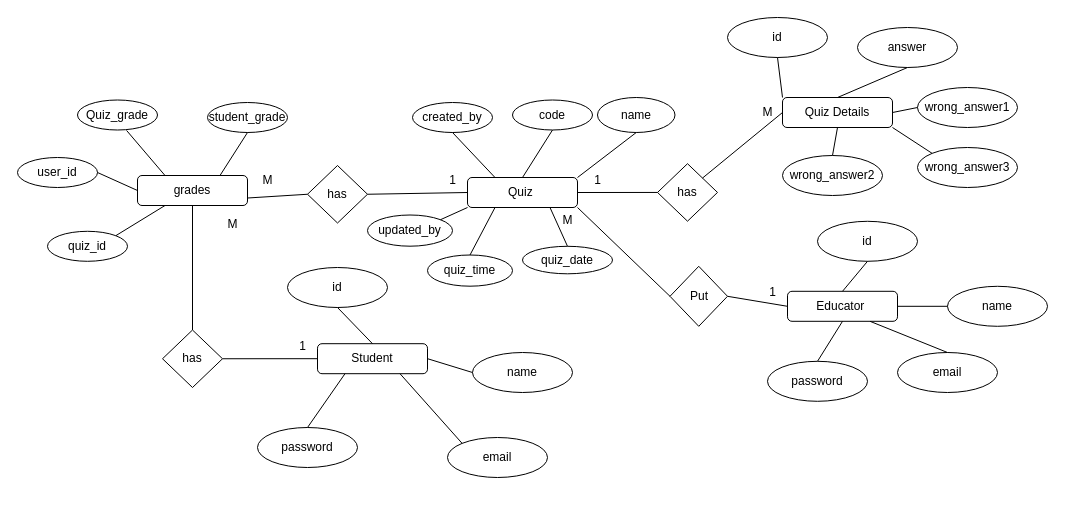
amrawni33/new keeps this draw.io diagram as FlutterERD.drawio. Above is the earlier version. Source tidied: cells renumbered, new cells numbered last; positions are measured from the earlier drawing's top-left corner, leaving out a move shared by most shapes. Both pictures are drawn from the tidied source at 100%, with x=0, y=0 at pixel (17, 17).
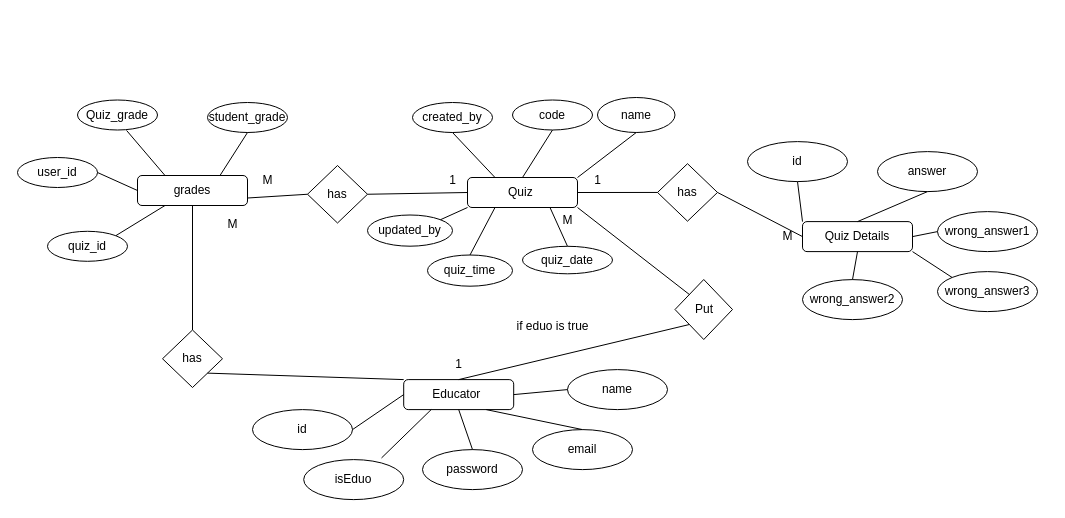
The same diagram, later.

Unchanged cells that the change refers to:
```xml
<mxCell id="4" value="Quiz&amp;nbsp;" style="rounded=1;whiteSpace=wrap;html=1;" parent="1" vertex="1">
  <mxGeometry x="450" y="160" width="110" height="30" as="geometry" />
</mxCell>
<mxCell id="7" value="has" style="rhombus;whiteSpace=wrap;html=1;" parent="1" vertex="1">
  <mxGeometry x="640" y="146.2" width="60" height="57.5" as="geometry" />
</mxCell>
<mxCell id="15" value="has" style="rhombus;whiteSpace=wrap;html=1;" parent="1" vertex="1">
  <mxGeometry x="145" y="312.5" width="60" height="57.5" as="geometry" />
</mxCell>
```

What changed in the source:
```diff
@@
     <mxCell id="2" value="Educator&amp;nbsp;" style="rounded=1;whiteSpace=wrap;html=1;" parent="1" vertex="1">
-      <mxGeometry x="770" y="273.8" width="110" height="30" as="geometry" />
+      <mxGeometry x="386.2" y="362.1" width="110" height="30" as="geometry" />
     </mxCell>
@@
     <mxCell id="5" value="Quiz Details" style="rounded=1;whiteSpace=wrap;html=1;" parent="1" vertex="1">
-      <mxGeometry x="765" y="80" width="110" height="30" as="geometry" />
+      <mxGeometry x="785" y="204.1" width="110" height="30" as="geometry" />
     </mxCell>
-    <mxCell id="6" value="Student" style="rounded=1;whiteSpace=wrap;html=1;" parent="1" vertex="1">
-      <mxGeometry x="300" y="326.2" width="110" height="30" as="geometry" />
-    </mxCell>
@@
     <mxCell id="10" value="M" style="text;html=1;align=center;verticalAlign=middle;strokeColor=none;fillColor=none;" parent="1" vertex="1">
-      <mxGeometry x="735" y="80" width="30" height="30" as="geometry" />
+      <mxGeometry x="755" y="204.1" width="30" height="30" as="geometry" />
     </mxCell>
@@
-    <mxCell id="14" style="endArrow=none;html=1;rounded=0;exitX=0;exitY=0.5;exitDx=0;exitDy=0;entryX=1;entryY=0.5;entryDx=0;entryDy=0;" parent="1" edge="1" source="6" target="15">
-      <mxGeometry relative="1" as="geometry" />
-    </mxCell>
@@
-    <mxCell id="17" style="endArrow=none;html=1;rounded=0;exitX=0;exitY=0.5;exitDx=0;exitDy=0;entryX=0.5;entryY=1;entryDx=0;entryDy=0;" parent="1" edge="1" source="2" target="18">
+    <mxCell id="17" style="endArrow=none;html=1;rounded=0;exitX=0.5;exitY=0;exitDx=0;exitDy=0;entryX=0;entryY=0;entryDx=0;entryDy=0;" parent="1" edge="1" source="2" target="18">
       <mxGeometry relative="1" as="geometry" />
     </mxCell>
     <mxCell id="18" value="Put" style="rhombus;whiteSpace=wrap;html=1;direction=north;" parent="1" vertex="1">
-      <mxGeometry x="652.5" y="248.8" width="57.5" height="60" as="geometry" />
+      <mxGeometry x="657.5" y="262" width="57.5" height="60" as="geometry" />
     </mxCell>
-    <mxCell id="19" style="endArrow=none;html=1;rounded=0;exitX=0.5;exitY=0;exitDx=0;exitDy=0;entryX=1;entryY=1;entryDx=0;entryDy=0;" parent="1" edge="1" source="18" target="4">
+    <mxCell id="19" style="endArrow=none;html=1;rounded=0;exitX=1;exitY=0;exitDx=0;exitDy=0;entryX=1;entryY=1;entryDx=0;entryDy=0;" parent="1" edge="1" source="18" target="4">
       <mxGeometry relative="1" as="geometry" />
     </mxCell>
-    <mxCell id="20" style="endArrow=none;html=1;rounded=0;exitX=0;exitY=0.5;exitDx=0;exitDy=0;entryX=1;entryY=0;entryDx=0;entryDy=0;" parent="1" edge="1" source="5" target="7">
+    <mxCell id="20" style="endArrow=none;html=1;rounded=0;exitX=0;exitY=0.5;exitDx=0;exitDy=0;entryX=1;entryY=0.5;entryDx=0;entryDy=0;" parent="1" edge="1" source="5" target="7">
       <mxGeometry relative="1" as="geometry" />
     </mxCell>
     <mxCell id="21" value="1" style="text;html=1;align=center;verticalAlign=middle;strokeColor=none;fillColor=none;" parent="1" vertex="1">
-      <mxGeometry x="740" y="260" width="30" height="30" as="geometry" />
+      <mxGeometry x="426.2" y="332.1" width="30" height="30" as="geometry" />
     </mxCell>
@@
-    <mxCell id="24" value="1" style="text;html=1;align=center;verticalAlign=middle;strokeColor=none;fillColor=none;" parent="1" vertex="1">
-      <mxGeometry x="270" y="313.8" width="30" height="30" as="geometry" />
-    </mxCell>
@@
     <mxCell id="26" value="id" style="ellipse;whiteSpace=wrap;html=1;" parent="1" vertex="1">
-      <mxGeometry x="710" width="100" height="40" as="geometry" />
+      <mxGeometry x="730" y="124.1" width="100" height="40" as="geometry" />
     </mxCell>
     <mxCell id="27" value="answer" style="ellipse;whiteSpace=wrap;html=1;" parent="1" vertex="1">
-      <mxGeometry x="840" y="10" width="100" height="40" as="geometry" />
+      <mxGeometry x="860" y="134.1" width="100" height="40" as="geometry" />
     </mxCell>
     <mxCell id="28" value="wrong_answer1" style="ellipse;whiteSpace=wrap;html=1;" parent="1" vertex="1">
-      <mxGeometry x="900" y="70" width="100" height="40" as="geometry" />
+      <mxGeometry x="920" y="194.1" width="100" height="40" as="geometry" />
     </mxCell>
     <mxCell id="29" value="wrong_answer2" style="ellipse;whiteSpace=wrap;html=1;" parent="1" vertex="1">
-      <mxGeometry x="765" y="138" width="100" height="40" as="geometry" />
+      <mxGeometry x="785" y="262.1" width="100" height="40" as="geometry" />
     </mxCell>
     <mxCell id="30" value="wrong_answer3" style="ellipse;whiteSpace=wrap;html=1;" parent="1" vertex="1">
-      <mxGeometry x="900" y="130" width="100" height="40" as="geometry" />
+      <mxGeometry x="920" y="254.1" width="100" height="40" as="geometry" />
     </mxCell>
@@
     <mxCell id="36" value="id" style="ellipse;whiteSpace=wrap;html=1;" parent="1" vertex="1">
-      <mxGeometry x="800" y="203.8" width="100" height="40" as="geometry" />
+      <mxGeometry x="235" y="392.1" width="100" height="40" as="geometry" />
     </mxCell>
     <mxCell id="37" value="name" style="ellipse;whiteSpace=wrap;html=1;" parent="1" vertex="1">
-      <mxGeometry x="930" y="268.8" width="100" height="40" as="geometry" />
+      <mxGeometry x="550" y="352.1" width="100" height="40" as="geometry" />
     </mxCell>
     <mxCell id="38" value="email" style="ellipse;whiteSpace=wrap;html=1;" parent="1" vertex="1">
-      <mxGeometry x="880" y="335" width="100" height="40" as="geometry" />
+      <mxGeometry x="515" y="412.1" width="100" height="40" as="geometry" />
     </mxCell>
     <mxCell id="39" value="password" style="ellipse;whiteSpace=wrap;html=1;" parent="1" vertex="1">
-      <mxGeometry x="750" y="343.8" width="100" height="40" as="geometry" />
+      <mxGeometry x="405" y="432.1" width="100" height="40" as="geometry" />
     </mxCell>
@@
-    <mxCell id="41" style="endArrow=none;html=1;rounded=0;exitX=0.5;exitY=0;exitDx=0;exitDy=0;entryX=0.5;entryY=1;entryDx=0;entryDy=0;" parent="1" edge="1" source="2" target="36">
+    <mxCell id="41" style="endArrow=none;html=1;rounded=0;exitX=0;exitY=0.5;exitDx=0;exitDy=0;entryX=1;entryY=0.5;entryDx=0;entryDy=0;" parent="1" edge="1" source="2" target="36">
       <mxGeometry relative="1" as="geometry" />
     </mxCell>
@@
-    <mxCell id="56" value="password" style="ellipse;whiteSpace=wrap;html=1;" parent="1" vertex="1">
-      <mxGeometry x="240" y="410" width="100" height="40" as="geometry" />
-    </mxCell>
-    <mxCell id="57" value="email" style="ellipse;whiteSpace=wrap;html=1;" parent="1" vertex="1">
-      <mxGeometry x="430" y="420" width="100" height="40" as="geometry" />
-    </mxCell>
-    <mxCell id="58" value="name" style="ellipse;whiteSpace=wrap;html=1;" parent="1" vertex="1">
-      <mxGeometry x="455" y="335" width="100" height="40" as="geometry" />
-    </mxCell>
-    <mxCell id="59" value="id" style="ellipse;whiteSpace=wrap;html=1;" parent="1" vertex="1">
-      <mxGeometry x="270" y="250" width="100" height="40" as="geometry" />
-    </mxCell>
@@
-    <mxCell id="69" style="endArrow=none;html=1;rounded=0;exitX=0.5;exitY=0;exitDx=0;exitDy=0;entryX=0.5;entryY=1;entryDx=0;entryDy=0;" parent="1" edge="1" source="6" target="59">
-      <mxGeometry relative="1" as="geometry" />
-    </mxCell>
-    <mxCell id="70" style="endArrow=none;html=1;rounded=0;exitX=0;exitY=0.5;exitDx=0;exitDy=0;entryX=1;entryY=0.5;entryDx=0;entryDy=0;" parent="1" edge="1" source="58" target="6">
-      <mxGeometry relative="1" as="geometry" />
-    </mxCell>
-    <mxCell id="71" style="endArrow=none;html=1;rounded=0;exitX=0.75;exitY=1;exitDx=0;exitDy=0;entryX=0;entryY=0;entryDx=0;entryDy=0;" parent="1" edge="1" source="6" target="57">
-      <mxGeometry relative="1" as="geometry" />
-    </mxCell>
-    <mxCell id="72" style="endArrow=none;html=1;rounded=0;exitX=0.25;exitY=1;exitDx=0;exitDy=0;entryX=0.5;entryY=0;entryDx=0;entryDy=0;" parent="1" edge="1" source="6" target="56">
-      <mxGeometry relative="1" as="geometry" />
-    </mxCell>
+    <mxCell id="73" value="if eduo is true" style="text;html=1;align=center;verticalAlign=middle;strokeColor=none;fillColor=none;rotation=0;" parent="1" vertex="1">
+      <mxGeometry x="485" y="294.1" width="100" height="30" as="geometry" />
+    </mxCell>
+    <mxCell id="74" value="isEduo" style="ellipse;whiteSpace=wrap;html=1;" parent="1" vertex="1">
+      <mxGeometry x="286.2" y="442.1" width="100" height="40" as="geometry" />
+    </mxCell>
+    <mxCell id="75" style="endArrow=none;html=1;rounded=0;exitX=0.778;exitY=-0.041;exitDx=0;exitDy=0;exitPerimeter=0;entryX=0.25;entryY=1;entryDx=0;entryDy=0;" parent="1" edge="1" source="74" target="2">
+      <mxGeometry relative="1" as="geometry" />
+    </mxCell>
+    <mxCell id="76" style="endArrow=none;html=1;rounded=0;exitX=0;exitY=0;exitDx=0;exitDy=0;entryX=1;entryY=1;entryDx=0;entryDy=0;" parent="1" edge="1" source="2" target="15">
+      <mxGeometry relative="1" as="geometry" />
+    </mxCell>
```
